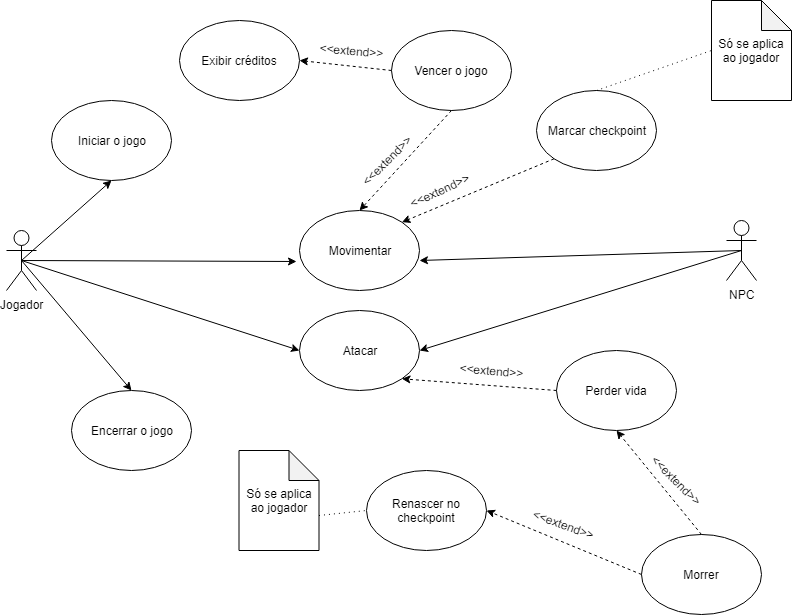
This is Documentação/Caso de uso.png from Thifany-Nicastro/Sky-Ashes, a draw.io export, as it was before one commit. Source tidied: cells renumbered, new cells last; positions are measured from the earlier drawing's top-left corner, leaving out a move shared by most shapes.
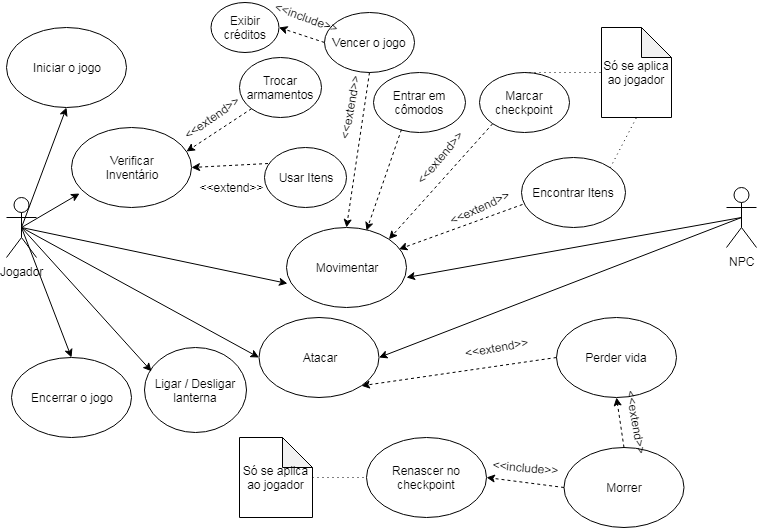
The same diagram one commit later.

The edit, as a diff of the source:
```diff
@@ -9,24 +9,22 @@
       <mxGeometry x="720" y="220" width="30" height="60" as="geometry" />
     </mxCell>
     <mxCell id="4" value="Iniciar o jogo" style="ellipse;whiteSpace=wrap;html=1;" parent="1" vertex="1">
-      <mxGeometry x="45" y="100" width="120" height="80" as="geometry" />
+      <mxGeometry y="60" width="120" height="80" as="geometry" />
     </mxCell>
     <mxCell id="5" value="Encerrar o jogo" style="ellipse;whiteSpace=wrap;html=1;" parent="1" vertex="1">
-      <mxGeometry x="65" y="390" width="120" height="80" as="geometry" />
+      <mxGeometry x="5" y="390" width="120" height="80" as="geometry" />
     </mxCell>
     <mxCell id="6" value="Atacar" style="ellipse;whiteSpace=wrap;html=1;" parent="1" vertex="1">
-      <mxGeometry x="293" y="310" width="120" height="80" as="geometry" />
+      <mxGeometry x="252.5" y="350" width="120" height="80" as="geometry" />
     </mxCell>
     <mxCell id="7" value="Movimentar" style="ellipse;whiteSpace=wrap;html=1;" parent="1" vertex="1">
-      <mxGeometry x="293" y="210" width="120" height="80" as="geometry" />
+      <mxGeometry x="280" y="260" width="120" height="80" as="geometry" />
     </mxCell>
     <mxCell id="8" style="endArrow=classic;html=1;entryX=0.5;entryY=1;entryDx=0;entryDy=0;exitX=0.5;exitY=0.5;exitDx=0;exitDy=0;exitPerimeter=0;" parent="1" edge="1" source="2" target="4">
       <mxGeometry relative="1" as="geometry" />
     </mxCell>
-    <mxCell id="9" style="endArrow=classic;html=1;exitX=0.5;exitY=0.5;exitDx=0;exitDy=0;exitPerimeter=0;" parent="1" edge="1" source="2">
-      <mxGeometry relative="1" as="geometry">
-        <mxPoint x="290" y="261" as="targetPoint" />
-      </mxGeometry>
+    <mxCell id="9" style="endArrow=classic;html=1;exitX=0.5;exitY=0.5;exitDx=0;exitDy=0;exitPerimeter=0;entryX=0.008;entryY=0.7;entryDx=0;entryDy=0;entryPerimeter=0;" parent="1" edge="1" source="2" target="7">
+      <mxGeometry relative="1" as="geometry" />
     </mxCell>
     <mxCell id="10" style="endArrow=classic;html=1;entryX=1;entryY=0.625;entryDx=0;entryDy=0;entryPerimeter=0;exitX=0.5;exitY=0.5;exitDx=0;exitDy=0;exitPerimeter=0;" parent="1" edge="1" source="3" target="7">
       <mxGeometry relative="1" as="geometry" />
@@ -41,7 +39,7 @@
       <mxGeometry relative="1" as="geometry" />
     </mxCell>
     <mxCell id="14" value="Morrer" style="ellipse;whiteSpace=wrap;html=1;" parent="1" vertex="1">
-      <mxGeometry x="635" y="534" width="120" height="80" as="geometry" />
+      <mxGeometry x="557.5" y="480" width="120" height="80" as="geometry" />
     </mxCell>
     <mxCell id="15" style="endArrow=classic;dashed=1;html=1;entryX=0.5;entryY=1;entryDx=0;entryDy=0;exitX=0.5;exitY=0;exitDx=0;exitDy=0;startArrow=none;startFill=0;endFill=1;" parent="1" edge="1" source="14" target="16">
       <mxGeometry relative="1" as="geometry" />
@@ -59,52 +57,106 @@
       <mxGeometry x="360" y="470" width="120" height="80" as="geometry" />
     </mxCell>
     <mxCell id="20" value="Marcar checkpoint" style="ellipse;whiteSpace=wrap;html=1;" parent="1" vertex="1">
-      <mxGeometry x="530" y="90" width="120" height="80" as="geometry" />
+      <mxGeometry x="473" y="105" width="90" height="60" as="geometry" />
     </mxCell>
     <mxCell id="21" style="endArrow=classic;dashed=1;html=1;entryX=1;entryY=0;entryDx=0;entryDy=0;exitX=0;exitY=1;exitDx=0;exitDy=0;startArrow=none;startFill=0;endFill=1;" parent="1" edge="1" source="20" target="7">
       <mxGeometry relative="1" as="geometry" />
     </mxCell>
     <mxCell id="22" value="Só se aplica ao jogador" style="shape=note;whiteSpace=wrap;html=1;backgroundOutline=1;darkOpacity=0.05;" parent="1" vertex="1">
-      <mxGeometry x="705" width="80" height="100" as="geometry" />
+      <mxGeometry x="595" y="60" width="70" height="90" as="geometry" />
     </mxCell>
     <mxCell id="23" style="endArrow=none;dashed=1;html=1;entryX=0;entryY=0.5;entryDx=0;entryDy=0;entryPerimeter=0;dashPattern=1 4;exitX=0.5;exitY=0;exitDx=0;exitDy=0;" parent="1" edge="1" source="20" target="22">
       <mxGeometry relative="1" as="geometry" />
     </mxCell>
     <mxCell id="24" value="Vencer o jogo" style="ellipse;whiteSpace=wrap;html=1;" parent="1" vertex="1">
-      <mxGeometry x="385" y="30" width="120" height="80" as="geometry" />
+      <mxGeometry x="318" y="45" width="90" height="60" as="geometry" />
     </mxCell>
     <mxCell id="25" style="endArrow=classic;dashed=1;html=1;entryX=0.5;entryY=0;entryDx=0;entryDy=0;exitX=0.5;exitY=1;exitDx=0;exitDy=0;startArrow=none;startFill=0;endFill=1;" parent="1" edge="1" source="24" target="7">
       <mxGeometry relative="1" as="geometry" />
     </mxCell>
     <mxCell id="26" value="Exibir créditos" style="ellipse;whiteSpace=wrap;html=1;" parent="1" vertex="1">
-      <mxGeometry x="173" y="20" width="120" height="80" as="geometry" />
+      <mxGeometry x="204.5" y="35" width="68" height="50" as="geometry" />
     </mxCell>
     <mxCell id="27" style="endArrow=classic;dashed=1;html=1;exitX=0;exitY=0.5;exitDx=0;exitDy=0;startArrow=none;startFill=0;endFill=1;entryX=1;entryY=0.5;entryDx=0;entryDy=0;" parent="1" edge="1" source="24" target="26">
       <mxGeometry relative="1" as="geometry" />
     </mxCell>
     <mxCell id="28" value="Só se aplica ao jogador" style="shape=note;whiteSpace=wrap;html=1;backgroundOutline=1;darkOpacity=0.05;" parent="1" vertex="1">
-      <mxGeometry x="232.5" y="450" width="80" height="100" as="geometry" />
+      <mxGeometry x="233" y="470" width="73" height="80" as="geometry" />
     </mxCell>
-    <mxCell id="29" style="endArrow=none;dashed=1;html=1;entryX=0;entryY=0.5;entryDx=0;entryDy=0;dashPattern=1 4;exitX=0;exitY=0;exitDx=80;exitDy=65;exitPerimeter=0;" parent="1" edge="1" source="28" target="19">
+    <mxCell id="29" style="endArrow=none;dashed=1;html=1;entryX=0;entryY=0.5;entryDx=0;entryDy=0;dashPattern=1 4;" parent="1" edge="1" source="28" target="19">
       <mxGeometry relative="1" as="geometry" />
     </mxCell>
-    <mxCell id="30" value="&amp;lt;&amp;lt;extend&amp;gt;&amp;gt;" style="text;html=1;strokeColor=none;fillColor=none;align=center;verticalAlign=middle;whiteSpace=wrap;rounded=0;rotation=5;" parent="1" vertex="1">
-      <mxGeometry x="465" y="360" width="40" height="20" as="geometry" />
+    <mxCell id="30" value="&amp;lt;&amp;lt;extend&amp;gt;&amp;gt;" style="text;html=1;strokeColor=none;fillColor=none;align=center;verticalAlign=middle;whiteSpace=wrap;rounded=0;rotation=-10;" parent="1" vertex="1">
+      <mxGeometry x="470" y="370" width="40" height="20" as="geometry" />
     </mxCell>
-    <mxCell id="31" value="&amp;lt;&amp;lt;extend&amp;gt;&amp;gt;" style="text;html=1;strokeColor=none;fillColor=none;align=center;verticalAlign=middle;whiteSpace=wrap;rounded=0;rotation=-25;" parent="1" vertex="1">
+    <mxCell id="31" value="&amp;lt;&amp;lt;extend&amp;gt;&amp;gt;" style="text;html=1;strokeColor=none;fillColor=none;align=center;verticalAlign=middle;whiteSpace=wrap;rounded=0;rotation=-50;" parent="1" vertex="1">
       <mxGeometry x="413" y="180" width="40" height="20" as="geometry" />
     </mxCell>
-    <mxCell id="32" value="&amp;lt;&amp;lt;extend&amp;gt;&amp;gt;" style="text;html=1;strokeColor=none;fillColor=none;align=center;verticalAlign=middle;whiteSpace=wrap;rounded=0;rotation=-45;" parent="1" vertex="1">
-      <mxGeometry x="360" y="150" width="40" height="20" as="geometry" />
+    <mxCell id="32" value="&amp;lt;&amp;lt;extend&amp;gt;&amp;gt;" style="text;html=1;strokeColor=none;fillColor=none;align=center;verticalAlign=middle;whiteSpace=wrap;rounded=0;rotation=-80;" parent="1" vertex="1">
+      <mxGeometry x="323.5" y="130" width="40" height="20" as="geometry" />
     </mxCell>
-    <mxCell id="33" value="&amp;lt;&amp;lt;extend&amp;gt;&amp;gt;" style="text;html=1;strokeColor=none;fillColor=none;align=center;verticalAlign=middle;whiteSpace=wrap;rounded=0;rotation=45;" parent="1" vertex="1">
-      <mxGeometry x="650" y="470" width="40" height="20" as="geometry" />
+    <mxCell id="33" value="&amp;lt;&amp;lt;extend&amp;gt;&amp;gt;" style="text;html=1;strokeColor=none;fillColor=none;align=center;verticalAlign=middle;whiteSpace=wrap;rounded=0;rotation=80;" parent="1" vertex="1">
+      <mxGeometry x="610" y="445" width="40" height="20" as="geometry" />
     </mxCell>
-    <mxCell id="34" value="&amp;lt;&amp;lt;extend&amp;gt;&amp;gt;" style="text;html=1;strokeColor=none;fillColor=none;align=center;verticalAlign=middle;whiteSpace=wrap;rounded=0;rotation=20;" parent="1" vertex="1">
-      <mxGeometry x="537.5" y="514" width="40" height="20" as="geometry" />
+    <mxCell id="34" value="&amp;lt;&amp;lt;include&amp;gt;&amp;gt;" style="text;html=1;strokeColor=none;fillColor=none;align=center;verticalAlign=middle;whiteSpace=wrap;rounded=0;rotation=5;" parent="1" vertex="1">
+      <mxGeometry x="499" y="490" width="40" height="20" as="geometry" />
     </mxCell>
-    <mxCell id="35" value="&amp;lt;&amp;lt;extend&amp;gt;&amp;gt;" style="text;html=1;strokeColor=none;fillColor=none;align=center;verticalAlign=middle;whiteSpace=wrap;rounded=0;rotation=5;" parent="1" vertex="1">
-      <mxGeometry x="325" y="40" width="40" height="20" as="geometry" />
+    <mxCell id="35" value="&amp;lt;&amp;lt;include&amp;gt;&amp;gt;" style="text;html=1;strokeColor=none;fillColor=none;align=center;verticalAlign=middle;whiteSpace=wrap;rounded=0;rotation=20;" parent="1" vertex="1">
+      <mxGeometry x="280" y="40" width="40" height="20" as="geometry" />
     </mxCell>
+    <mxCell id="36" value="Verificar&lt;br&gt;Inventário" style="ellipse;whiteSpace=wrap;html=1;" parent="1" vertex="1">
+      <mxGeometry x="65" y="160" width="120" height="80" as="geometry" />
+    </mxCell>
+    <mxCell id="37" value="Trocar armamentos" style="ellipse;whiteSpace=wrap;html=1;" parent="1" vertex="1">
+      <mxGeometry x="233" y="90" width="82" height="60" as="geometry" />
+    </mxCell>
+    <mxCell id="38" style="endArrow=classic;dashed=1;html=1;exitX=0;exitY=1;exitDx=0;exitDy=0;startArrow=none;startFill=0;endFill=1;entryX=0.958;entryY=0.3;entryDx=0;entryDy=0;entryPerimeter=0;" parent="1" edge="1" source="37" target="36">
+      <mxGeometry relative="1" as="geometry" />
+    </mxCell>
+    <mxCell id="39" style="endArrow=classic;html=1;entryX=0.067;entryY=0.825;entryDx=0;entryDy=0;entryPerimeter=0;" parent="1" edge="1" target="36">
+      <mxGeometry relative="1" as="geometry">
+        <mxPoint x="15" y="260" as="sourcePoint" />
+      </mxGeometry>
+    </mxCell>
+    <mxCell id="40" value="Usar Itens" style="ellipse;whiteSpace=wrap;html=1;" parent="1" vertex="1">
+      <mxGeometry x="258" y="180" width="82" height="60" as="geometry" />
+    </mxCell>
+    <mxCell id="41" style="endArrow=classic;dashed=1;html=1;exitX=0.043;exitY=0.267;exitDx=0;exitDy=0;startArrow=none;startFill=0;endFill=1;entryX=1;entryY=0.5;entryDx=0;entryDy=0;exitPerimeter=0;" parent="1" edge="1" source="40" target="36">
+      <mxGeometry relative="1" as="geometry" />
+    </mxCell>
+    <mxCell id="42" value="&amp;lt;&amp;lt;extend&amp;gt;&amp;gt;" style="text;html=1;strokeColor=none;fillColor=none;align=center;verticalAlign=middle;whiteSpace=wrap;rounded=0;rotation=-35;" parent="1" vertex="1">
+      <mxGeometry x="185" y="140" width="40" height="20" as="geometry" />
+    </mxCell>
+    <mxCell id="43" value="&amp;lt;&amp;lt;extend&amp;gt;&amp;gt;" style="text;html=1;strokeColor=none;fillColor=none;align=center;verticalAlign=middle;whiteSpace=wrap;rounded=0;rotation=0;" parent="1" vertex="1">
+      <mxGeometry x="205" y="210" width="40" height="20" as="geometry" />
+    </mxCell>
+    <mxCell id="44" value="Encontrar Itens" style="ellipse;whiteSpace=wrap;html=1;" parent="1" vertex="1">
+      <mxGeometry x="515" y="190" width="104" height="70" as="geometry" />
+    </mxCell>
+    <mxCell id="45" style="endArrow=classic;dashed=1;html=1;entryX=1;entryY=0;entryDx=0;entryDy=0;exitX=0.01;exitY=0.671;exitDx=0;exitDy=0;startArrow=none;startFill=0;endFill=1;exitPerimeter=0;" parent="1" edge="1" source="44">
+      <mxGeometry relative="1" as="geometry">
+        <mxPoint x="392.4" y="281.7" as="targetPoint" />
+      </mxGeometry>
+    </mxCell>
+    <mxCell id="46" value="&amp;lt;&amp;lt;extend&amp;gt;&amp;gt;" style="text;html=1;strokeColor=none;fillColor=none;align=center;verticalAlign=middle;whiteSpace=wrap;rounded=0;rotation=-25;" parent="1" vertex="1">
+      <mxGeometry x="453" y="230" width="40" height="20" as="geometry" />
+    </mxCell>
+    <mxCell id="47" style="endArrow=none;dashed=1;html=1;entryX=0.5;entryY=1;entryDx=0;entryDy=0;entryPerimeter=0;dashPattern=1 4;exitX=1;exitY=0;exitDx=0;exitDy=0;" parent="1" edge="1" source="44" target="22">
+      <mxGeometry relative="1" as="geometry" />
+    </mxCell>
+    <mxCell id="48" value="Entrar em cômodos" style="ellipse;whiteSpace=wrap;html=1;" parent="1" vertex="1">
+      <mxGeometry x="367" y="105" width="92" height="60" as="geometry" />
+    </mxCell>
+    <mxCell id="49" style="endArrow=classic;dashed=1;html=1;entryX=0.667;entryY=0.038;entryDx=0;entryDy=0;exitX=0.304;exitY=0.95;exitDx=0;exitDy=0;startArrow=none;startFill=0;endFill=1;exitPerimeter=0;entryPerimeter=0;" parent="1" edge="1" source="48" target="7">
+      <mxGeometry relative="1" as="geometry" />
+    </mxCell>
+    <mxCell id="50" value="Ligar / Desligar lanterna" style="ellipse;whiteSpace=wrap;html=1;" parent="1" vertex="1">
+      <mxGeometry x="138" y="380" width="102" height="85" as="geometry" />
+    </mxCell>
+    <mxCell id="51" style="endArrow=classic;html=1;entryX=0.069;entryY=0.28;entryDx=0;entryDy=0;entryPerimeter=0;" parent="1" edge="1" target="50">
+      <mxGeometry relative="1" as="geometry">
+        <mxPoint x="15" y="260" as="sourcePoint" />
+      </mxGeometry>
+    </mxCell>
   </root>
 </mxGraphModel>
```
